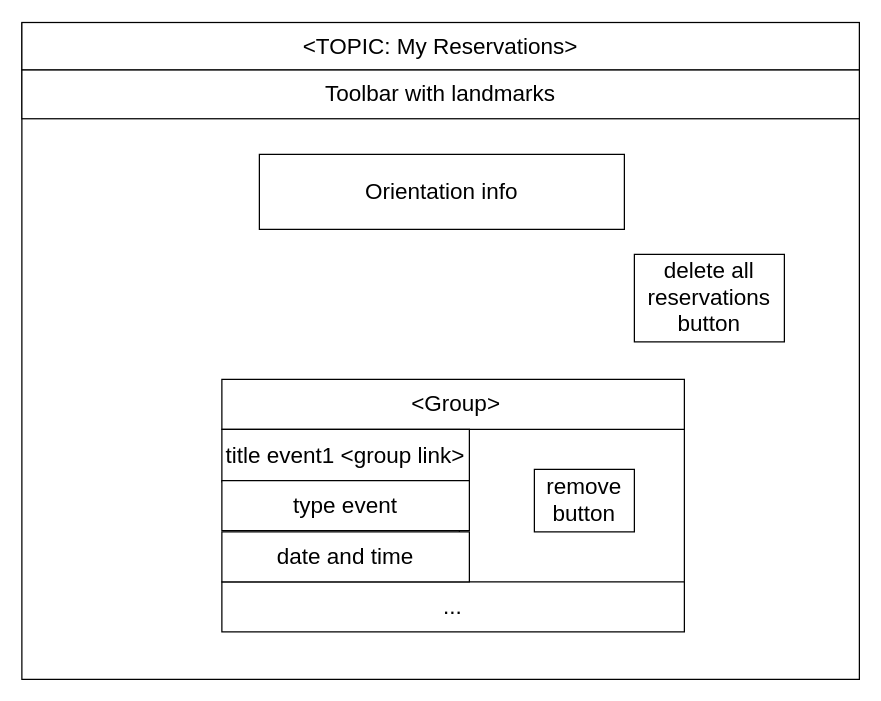
Before: other/documentation/frontend/DRAW IO desing/myReservations start.drawio in LeonardoPanizzo/hypermedia2019, a draw.io diagram. Source tidied: cells renumbered, new cells numbered last; positions are measured from the earlier drawing's top-left corner, leaving out a move shared by most shapes. Both pictures are drawn from the tidied source at 125%, with x=0, y=0 at pixel (21, 21).
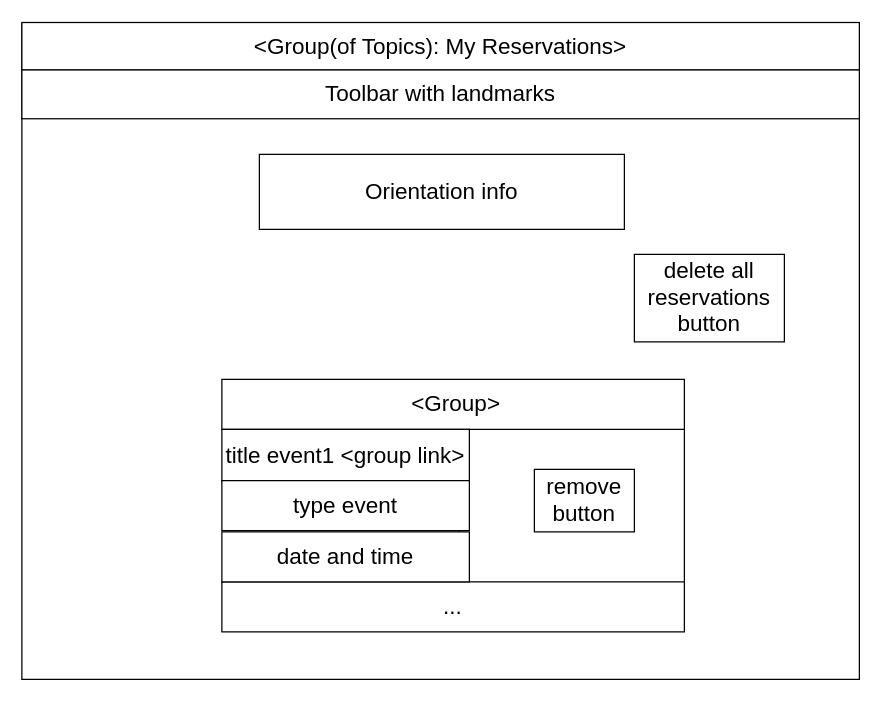
The same diagram, later.

The edit, as a diff of the source:
```diff
@@
 <mxGraphModel>
   <root>
     <mxCell id="0" />
     <mxCell id="1" parent="0" />
     <mxCell id="2" style="rounded=0;whiteSpace=wrap;html=1;" parent="1" vertex="1">
       <mxGeometry y="1" width="670" height="525" as="geometry" />
     </mxCell>
     <mxCell id="3" style="rounded=0;whiteSpace=wrap;html=1;" parent="1" vertex="1">
       <mxGeometry x="350" y="326" width="180" height="130" as="geometry" />
     </mxCell>
-    <mxCell id="4" value="&lt;div style=&quot;text-align: left ; font-size: 18px&quot;&gt;&lt;span&gt;&amp;lt;TOPIC: My Reservations&amp;gt;&lt;/span&gt;&lt;br&gt;&lt;/div&gt;" style="rounded=0;whiteSpace=wrap;html=1;fontSize=18;" parent="1" vertex="1">
+    <mxCell id="4" value="&lt;div style=&quot;text-align: left ; font-size: 18px&quot;&gt;&lt;/div&gt;&lt;span style=&quot;text-align: left&quot;&gt;&amp;lt;Group(of Topics)&lt;/span&gt;&lt;span style=&quot;text-align: left&quot;&gt;: My Reservations&amp;gt;&lt;/span&gt;&lt;span style=&quot;text-align: left&quot;&gt;&lt;br&gt;&lt;/span&gt;" style="rounded=0;whiteSpace=wrap;html=1;fontSize=18;" parent="1" vertex="1">
       <mxGeometry y="0.5" width="670" height="38" as="geometry" />
     </mxCell>
     <mxCell id="5" value="Toolbar with landmarks" style="rounded=0;whiteSpace=wrap;html=1;fontSize=18;" parent="1" vertex="1">
       <mxGeometry y="38.5" width="670" height="39" as="geometry" />
     </mxCell>
     <mxCell id="6" value="&amp;nbsp;&amp;lt;Group&amp;gt;" style="rounded=0;whiteSpace=wrap;html=1;fontSize=18;" parent="1" vertex="1">
       <mxGeometry x="160" y="286" width="370" height="40" as="geometry" />
     </mxCell>
     <mxCell id="7" value="..." style="rounded=0;whiteSpace=wrap;html=1;fontSize=18;" parent="1" vertex="1">
       <mxGeometry x="160" y="448" width="370" height="40" as="geometry" />
     </mxCell>
     <mxCell id="8" value="title event1 &amp;lt;group link&amp;gt;" style="rounded=0;whiteSpace=wrap;html=1;fontSize=18;" parent="1" vertex="1">
       <mxGeometry x="160" y="326" width="198" height="42" as="geometry" />
     </mxCell>
     <mxCell id="9" value="delete all reservations&lt;br&gt;button" style="rounded=0;whiteSpace=wrap;html=1;fontSize=18;" parent="1" vertex="1">
       <mxGeometry x="490" y="186" width="120" height="70" as="geometry" />
     </mxCell>
     <mxCell id="10" value="type event" style="rounded=0;whiteSpace=wrap;html=1;fontSize=18;" parent="1" vertex="1">
       <mxGeometry x="160" y="367" width="198" height="40" as="geometry" />
     </mxCell>
     <mxCell id="11" value="date and time" style="rounded=0;whiteSpace=wrap;html=1;fontSize=18;" parent="1" vertex="1">
       <mxGeometry x="160" y="408" width="198" height="40" as="geometry" />
     </mxCell>
     <mxCell id="12" value="remove&lt;br&gt;button" style="rounded=0;whiteSpace=wrap;html=1;fontSize=18;" parent="1" vertex="1">
       <mxGeometry x="410" y="358" width="80" height="50" as="geometry" />
     </mxCell>
     <mxCell id="13" value="&lt;span style=&quot;font-size: 18px&quot;&gt;Orientation info&lt;/span&gt;" style="rounded=0;whiteSpace=wrap;html=1;" parent="1" vertex="1">
       <mxGeometry x="190" y="106" width="292" height="60" as="geometry" />
     </mxCell>
   </root>
 </mxGraphModel>
```
